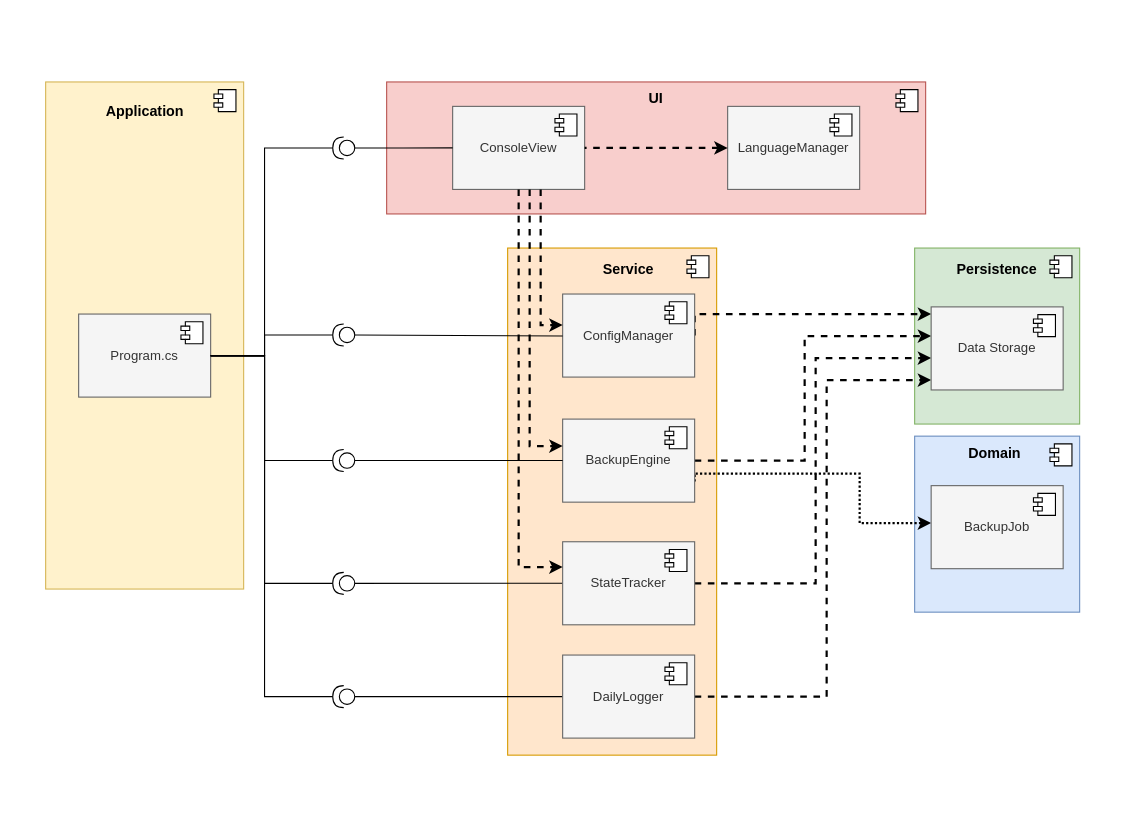
Fire-90/CESI_Genie_Logiciel keeps this draw.io diagram as Diagrams/Component.drawio. Above is the earlier version. Source tidied: cells renumbered, new cells numbered last; positions are measured from the earlier drawing's top-left corner, leaving out a move shared by most shapes. Both pictures are drawn from the tidied source at 110%, with x=0, y=0 at pixel (45, 81).
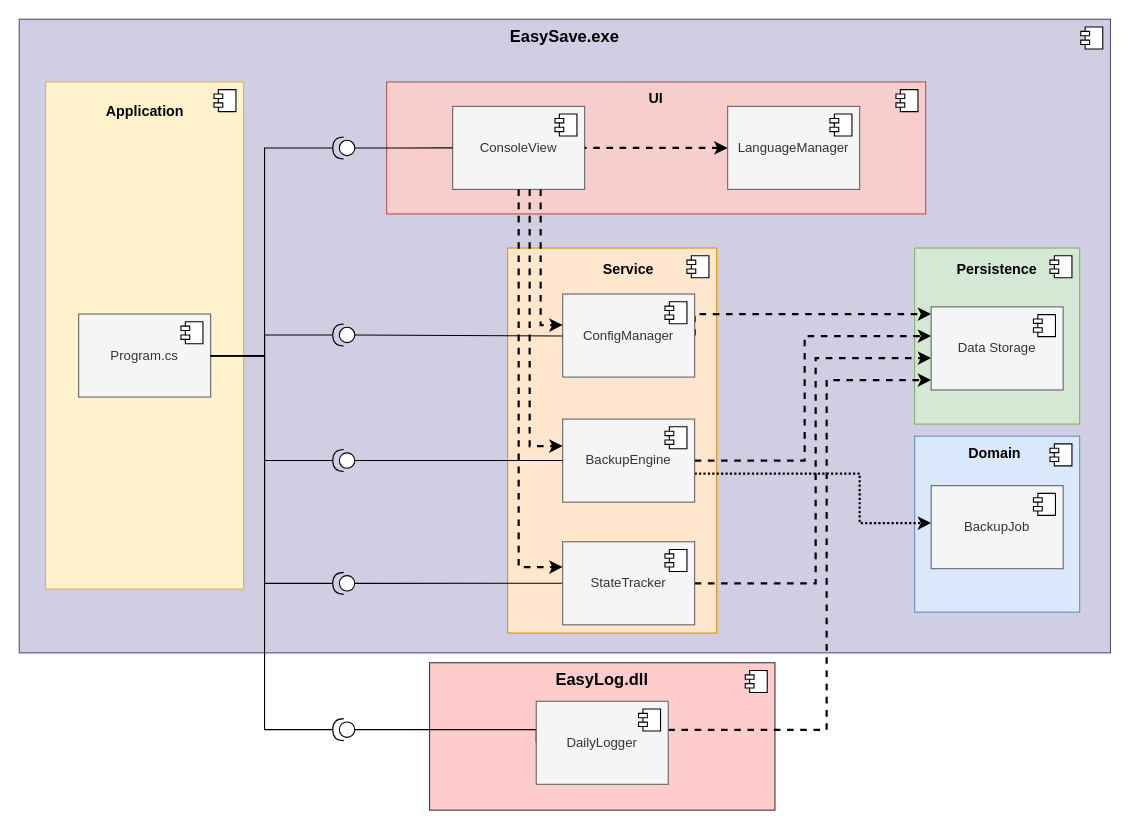
The same page after the edit.

The change refers to these unchanged cells:
```xml
<mxCell id="8" value="Program.cs" style="html=1;whiteSpace=wrap;fillColor=#f5f5f5;fontColor=#333333;strokeColor=#666666;" parent="1" vertex="1">
  <mxGeometry x="30" y="211" width="120" height="75.5" as="geometry" />
</mxCell>
<mxCell id="24" value="BackupEngine" style="html=1;whiteSpace=wrap;fillColor=#f5f5f5;fontColor=#333333;strokeColor=#666666;" parent="1" vertex="1">
  <mxGeometry x="470" y="306.5" width="120" height="75.5" as="geometry" />
</mxCell>
<mxCell id="34" value="Data Storage" style="html=1;whiteSpace=wrap;fillColor=#f5f5f5;fontColor=#333333;strokeColor=#666666;" parent="1" vertex="1">
  <mxGeometry x="805" y="204.5" width="120" height="75.5" as="geometry" />
</mxCell>
<mxCell id="36" value="BackupJob" style="html=1;whiteSpace=wrap;fillColor=#f5f5f5;fontColor=#333333;strokeColor=#666666;" parent="1" vertex="1">
  <mxGeometry x="805" y="367" width="120" height="75.5" as="geometry" />
</mxCell>
```

What changed in the source:
```diff
@@
+    <mxCell id="59" value="&lt;b&gt;&lt;font style=&quot;font-size: 15px;&quot;&gt;EasyLog.dll&lt;/font&gt;&lt;/b&gt;" style="html=1;whiteSpace=wrap;fillColor=#ffcccc;strokeColor=#36393d;verticalAlign=top;" parent="1" vertex="1">
+      <mxGeometry x="349" y="528" width="314" height="134" as="geometry" />
+    </mxCell>
+    <mxCell id="60" style="shape=module;jettyWidth=8;jettyHeight=4;" parent="59" vertex="1">
+      <mxGeometry x="1" width="20" height="20" relative="1" as="geometry">
+        <mxPoint x="-27" y="7" as="offset" />
+      </mxGeometry>
+    </mxCell>
+    <mxCell id="61" value="&lt;b&gt;&lt;font style=&quot;font-size: 15px;&quot;&gt;EasySave.exe&lt;/font&gt;&lt;/b&gt;" style="html=1;whiteSpace=wrap;fillColor=#d0cee2;verticalAlign=top;strokeColor=#56517e;" parent="1" vertex="1">
+      <mxGeometry x="-24" y="-57" width="992" height="576" as="geometry" />
+    </mxCell>
+    <mxCell id="62" style="shape=module;jettyWidth=8;jettyHeight=4;" parent="61" vertex="1">
+      <mxGeometry x="1" width="20" height="20" relative="1" as="geometry">
+        <mxPoint x="-27" y="7" as="offset" />
+      </mxGeometry>
+    </mxCell>
@@
     <mxCell id="17" style="html=1;whiteSpace=wrap;fillColor=#ffe6cc;strokeColor=#d79b00;" parent="1" vertex="1">
-      <mxGeometry x="420" y="151" width="190" height="461" as="geometry" />
+      <mxGeometry x="420" y="151" width="190" height="350" as="geometry" />
     </mxCell>
@@
-    <mxCell id="23" style="rounded=0;jettySize=auto;html=1;exitX=1;exitY=0.75;exitDx=0;exitDy=0;dashed=1;edgeStyle=orthogonalEdgeStyle;strokeWidth=2;dashPattern=1 1;" parent="1" edge="1" source="24" target="36">
+    <mxCell id="23" style="rounded=0;jettySize=auto;html=1;dashed=1;edgeStyle=orthogonalEdgeStyle;strokeWidth=2;dashPattern=1 1;" parent="1" edge="1" source="24" target="36">
       <mxGeometry relative="1" as="geometry">
         <Array as="points">
-          <mxPoint x="590" y="356" />
           <mxPoint x="740" y="356" />
           <mxPoint x="740" y="401" />
         </Array>
       </mxGeometry>
     </mxCell>
@@
     <mxCell id="30" style="rounded=0;jettySize=auto;html=1;exitX=0;exitY=0.5;exitDx=0;exitDy=0;entryX=0;entryY=0.5;entryDx=0;entryDy=0;entryPerimeter=0;endArrow=none;endFill=0;edgeStyle=orthogonalEdgeStyle;" parent="1" edge="1" source="32" target="43">
-      <mxGeometry relative="1" as="geometry" />
+      <mxGeometry relative="1" as="geometry">
+        <Array as="points">
+          <mxPoint x="281" y="589" />
+        </Array>
+      </mxGeometry>
     </mxCell>
-    <mxCell id="31" style="rounded=0;jettySize=auto;html=1;exitX=1;exitY=0.5;exitDx=0;exitDy=0;dashed=1;edgeStyle=orthogonalEdgeStyle;strokeWidth=2;" parent="1" edge="1" source="32" target="34">
+    <mxCell id="31" style="rounded=0;jettySize=auto;html=1;dashed=1;edgeStyle=orthogonalEdgeStyle;strokeWidth=2;" parent="1" edge="1" source="32" target="34">
       <mxGeometry relative="1" as="geometry">
         <Array as="points">
-          <mxPoint x="710" y="559" />
+          <mxPoint x="710" y="589" />
           <mxPoint x="710" y="271" />
         </Array>
       </mxGeometry>
     </mxCell>
     <mxCell id="32" value="DailyLogger" style="html=1;whiteSpace=wrap;fillColor=#f5f5f5;fontColor=#333333;strokeColor=#666666;" parent="1" vertex="1">
-      <mxGeometry x="470" y="521" width="120" height="75.5" as="geometry" />
+      <mxGeometry x="446" y="563" width="120" height="75.5" as="geometry" />
     </mxCell>
@@
     <mxCell id="42" style="rounded=0;jettySize=auto;html=1;exitX=1;exitY=0.5;exitDx=0;exitDy=0;exitPerimeter=0;endArrow=none;endFill=0;edgeStyle=orthogonalEdgeStyle;" parent="1" edge="1" source="43" target="8">
       <mxGeometry relative="1" as="geometry">
         <Array as="points">
-          <mxPoint x="199" y="559" />
+          <mxPoint x="199" y="589" />
           <mxPoint x="199" y="249" />
         </Array>
       </mxGeometry>
     </mxCell>
     <mxCell id="43" style="shape=providedRequiredInterface;html=1;verticalLabelPosition=bottom;sketch=0;rotation=-180;" parent="1" vertex="1">
-      <mxGeometry x="261" y="548.8" width="20" height="20" as="geometry" />
+      <mxGeometry x="261" y="578.8" width="20" height="20" as="geometry" />
     </mxCell>
```
